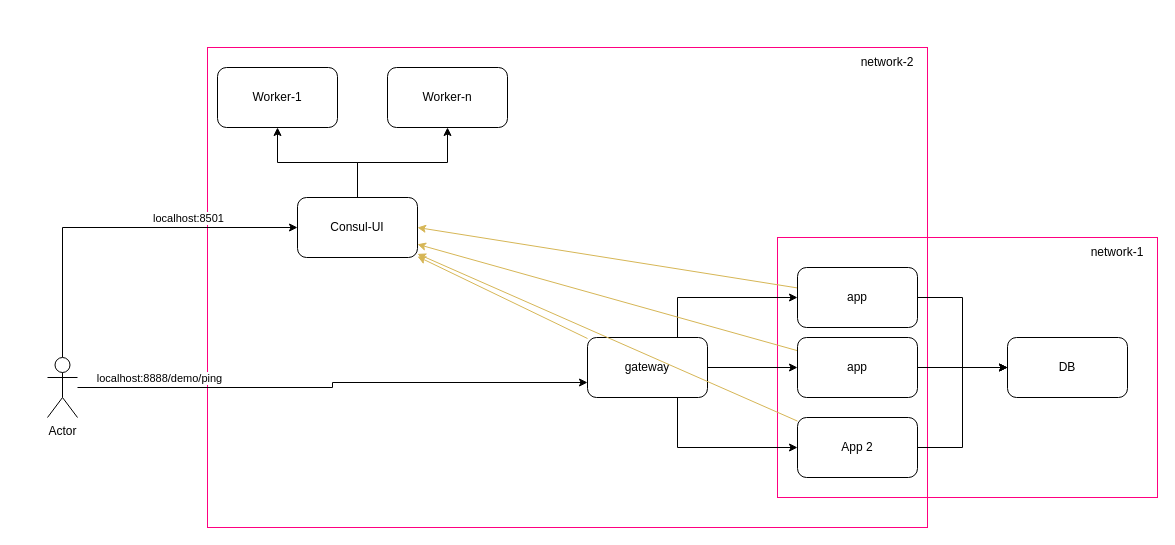
The draw.io diagram docs/architecture/architecture.drawio in kirillesau/architecture-showcase, before the edit. Source tidied: cells renumbered, new cells numbered last; positions are measured from the earlier drawing's top-left corner, leaving out a move shared by most shapes. Both pictures are drawn from the tidied source at 100%, with x=0, y=0 at pixel (47, 47).
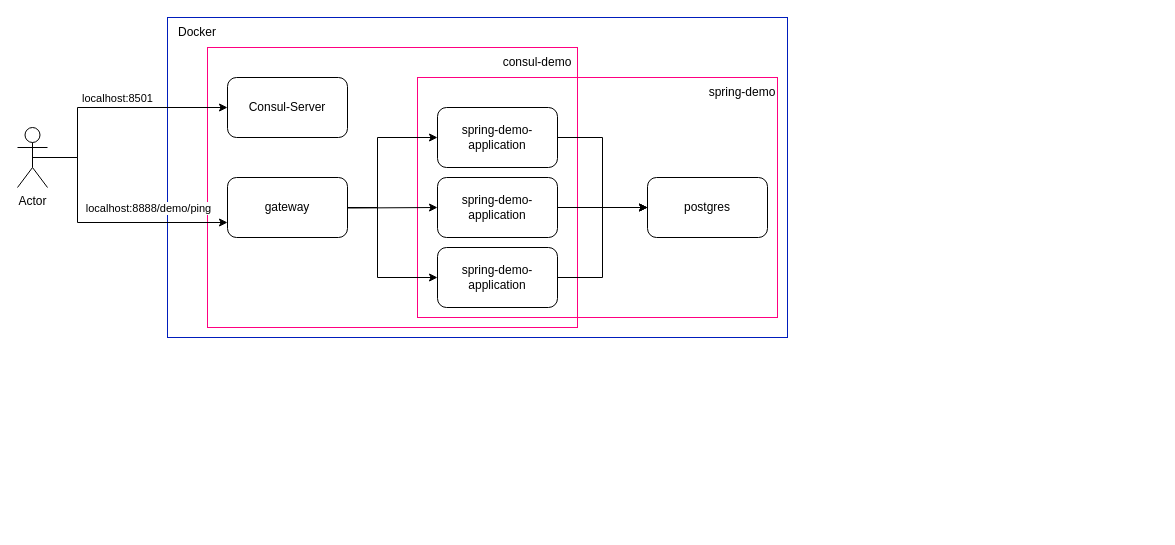
The same diagram, later.

The edit, as a diff of the source:
```diff
@@
+    <mxCell id="31" style="rounded=0;whiteSpace=wrap;html=1;fillColor=none;fontColor=#ffffff;strokeColor=#001DBC;" parent="1" vertex="1">
+      <mxGeometry x="120" y="-30" width="620" height="320" as="geometry" />
+    </mxCell>
     <mxCell id="2" style="rounded=0;whiteSpace=wrap;html=1;fillColor=none;strokeColor=#FF0080;" parent="1" vertex="1">
-      <mxGeometry x="730" y="190" width="380" height="260" as="geometry" />
+      <mxGeometry x="370" y="30" width="360" height="240" as="geometry" />
     </mxCell>
     <mxCell id="3" style="rounded=0;whiteSpace=wrap;html=1;fillColor=none;strokeColor=#FF0080;" parent="1" vertex="1">
-      <mxGeometry x="160" width="720" height="480" as="geometry" />
+      <mxGeometry x="160" width="370" height="280" as="geometry" />
     </mxCell>
-    <mxCell id="4" style="edgeStyle=orthogonalEdgeStyle;rounded=0;jettySize=auto;html=1;entryX=0;entryY=0.5;entryDx=0;entryDy=0;" parent="1" edge="1" source="8" target="11">
+    <mxCell id="4" style="edgeStyle=orthogonalEdgeStyle;rounded=0;jettySize=auto;html=1;entryX=0;entryY=0.5;entryDx=0;entryDy=0;" parent="1" edge="1" target="11">
       <mxGeometry relative="1" as="geometry">
+        <mxPoint x="220" y="160" as="sourcePoint" />
         <Array as="points">
-          <mxPoint x="630" y="250" />
+          <mxPoint x="330" y="160" />
+          <mxPoint x="330" y="90" />
         </Array>
       </mxGeometry>
     </mxCell>
-    <mxCell id="5" style="edgeStyle=orthogonalEdgeStyle;rounded=0;jettySize=auto;html=1;" parent="1" edge="1" source="8" target="14">
-      <mxGeometry relative="1" as="geometry" />
+    <mxCell id="5" style="edgeStyle=orthogonalEdgeStyle;rounded=0;jettySize=auto;html=1;" parent="1" edge="1" target="14">
+      <mxGeometry relative="1" as="geometry">
+        <mxPoint x="220" y="160" as="sourcePoint" />
+      </mxGeometry>
     </mxCell>
-    <mxCell id="6" style="edgeStyle=orthogonalEdgeStyle;rounded=0;jettySize=auto;html=1;" parent="1" edge="1" source="8" target="17">
+    <mxCell id="6" style="edgeStyle=orthogonalEdgeStyle;rounded=0;jettySize=auto;html=1;" parent="1" edge="1" target="17">
       <mxGeometry relative="1" as="geometry">
+        <mxPoint x="220" y="160" as="sourcePoint" />
         <Array as="points">
-          <mxPoint x="630" y="400" />
+          <mxPoint x="330" y="160" />
+          <mxPoint x="330" y="230" />
         </Array>
       </mxGeometry>
     </mxCell>
-    <mxCell id="7" style="rounded=0;jettySize=auto;html=1;fillColor=#fff2cc;strokeColor=#d6b656;" parent="1" edge="1" source="8" target="20">
-      <mxGeometry relative="1" as="geometry" />
-    </mxCell>
     <mxCell id="8" value="gateway" style="rounded=1;whiteSpace=wrap;html=1;" parent="1" vertex="1">
-      <mxGeometry x="540" y="290" width="120" height="60" as="geometry" />
+      <mxGeometry x="180" y="130" width="120" height="60" as="geometry" />
     </mxCell>
@@
-    <mxCell id="10" style="rounded=0;jettySize=auto;html=1;entryX=1;entryY=0.5;entryDx=0;entryDy=0;fillColor=#fff2cc;strokeColor=#d6b656;" parent="1" edge="1" source="11" target="20">
-      <mxGeometry relative="1" as="geometry" />
-    </mxCell>
-    <mxCell id="11" value="app" style="rounded=1;whiteSpace=wrap;html=1;" parent="1" vertex="1">
-      <mxGeometry x="750" y="220" width="120" height="60" as="geometry" />
+    <mxCell id="11" value="spring-demo-application" style="rounded=1;whiteSpace=wrap;html=1;" parent="1" vertex="1">
+      <mxGeometry x="390" y="60" width="120" height="60" as="geometry" />
     </mxCell>
@@
-    <mxCell id="13" style="rounded=0;jettySize=auto;html=1;fillColor=#fff2cc;strokeColor=#d6b656;" parent="1" edge="1" source="14" target="20">
-      <mxGeometry relative="1" as="geometry" />
-    </mxCell>
-    <mxCell id="14" value="app" style="rounded=1;whiteSpace=wrap;html=1;" parent="1" vertex="1">
-      <mxGeometry x="750" y="290" width="120" height="60" as="geometry" />
+    <mxCell id="14" value="spring-demo-application" style="rounded=1;whiteSpace=wrap;html=1;" parent="1" vertex="1">
+      <mxGeometry x="390" y="130" width="120" height="60" as="geometry" />
     </mxCell>
@@
-    <mxCell id="16" style="rounded=0;jettySize=auto;html=1;fillColor=#fff2cc;strokeColor=#d6b656;" parent="1" edge="1" source="17" target="20">
-      <mxGeometry relative="1" as="geometry" />
-    </mxCell>
-    <mxCell id="17" value="App 2" style="rounded=1;whiteSpace=wrap;html=1;" parent="1" vertex="1">
-      <mxGeometry x="750" y="370" width="120" height="60" as="geometry" />
+    <mxCell id="17" value="spring-demo-application" style="rounded=1;whiteSpace=wrap;html=1;" parent="1" vertex="1">
+      <mxGeometry x="390" y="200" width="120" height="60" as="geometry" />
     </mxCell>
-    <mxCell id="18" style="edgeStyle=orthogonalEdgeStyle;rounded=0;jettySize=auto;html=1;" parent="1" edge="1" source="20" target="21">
-      <mxGeometry relative="1" as="geometry" />
-    </mxCell>
-    <mxCell id="19" style="edgeStyle=orthogonalEdgeStyle;rounded=0;jettySize=auto;html=1;" parent="1" edge="1" source="20" target="22">
-      <mxGeometry relative="1" as="geometry" />
-    </mxCell>
-    <mxCell id="20" value="Consul-UI" style="rounded=1;whiteSpace=wrap;html=1;" parent="1" vertex="1">
-      <mxGeometry x="250" y="150" width="120" height="60" as="geometry" />
+    <mxCell id="20" value="Consul-Server" style="rounded=1;whiteSpace=wrap;html=1;" parent="1" vertex="1">
+      <mxGeometry x="180" y="30" width="120" height="60" as="geometry" />
     </mxCell>
-    <mxCell id="21" value="Worker-1" style="rounded=1;whiteSpace=wrap;html=1;" parent="1" vertex="1">
-      <mxGeometry x="170" y="20" width="120" height="60" as="geometry" />
-    </mxCell>
-    <mxCell id="22" value="Worker-n" style="rounded=1;whiteSpace=wrap;html=1;" parent="1" vertex="1">
-      <mxGeometry x="340" y="20" width="120" height="60" as="geometry" />
-    </mxCell>
     <mxCell id="23" style="edgeStyle=orthogonalEdgeStyle;rounded=0;jettySize=auto;html=1;entryX=0;entryY=0.75;entryDx=0;entryDy=0;" parent="1" edge="1" source="27" target="8">
-      <mxGeometry relative="1" as="geometry" />
+      <mxGeometry relative="1" as="geometry">
+        <Array as="points">
+          <mxPoint x="30" y="110" />
+          <mxPoint x="30" y="175" />
+        </Array>
+      </mxGeometry>
     </mxCell>
     <mxCell id="24" value="localhost:8888/demo/ping" style="edgeLabel;html=1;align=center;verticalAlign=middle;" parent="23" vertex="1">
       <mxGeometry x="-0.75" y="3" relative="1" as="geometry">
-        <mxPoint x="17" y="-7" as="offset" />
+        <mxPoint x="67" y="49" as="offset" />
       </mxGeometry>
     </mxCell>
-    <mxCell id="25" style="edgeStyle=orthogonalEdgeStyle;rounded=0;jettySize=auto;html=1;entryX=0;entryY=0.5;entryDx=0;entryDy=0;exitX=0.5;exitY=0;exitDx=0;exitDy=0;exitPerimeter=0;" parent="1" edge="1" source="27" target="20">
+    <mxCell id="25" style="edgeStyle=orthogonalEdgeStyle;rounded=0;jettySize=auto;html=1;entryX=0;entryY=0.5;entryDx=0;entryDy=0;exitX=0.5;exitY=0.5;exitDx=0;exitDy=0;exitPerimeter=0;" parent="1" edge="1" source="27" target="20">
       <mxGeometry relative="1" as="geometry">
         <Array as="points">
-          <mxPoint x="15" y="180" />
+          <mxPoint x="30" y="110" />
+          <mxPoint x="30" y="60" />
         </Array>
       </mxGeometry>
     </mxCell>
     <mxCell id="26" value="localhost:8501" style="edgeLabel;html=1;align=center;verticalAlign=middle;" parent="25" vertex="1">
       <mxGeometry x="0.31" y="-2" relative="1" as="geometry">
-        <mxPoint x="16" y="-12" as="offset" />
+        <mxPoint x="-26" y="-12" as="offset" />
       </mxGeometry>
     </mxCell>
     <mxCell id="27" value="Actor" style="shape=umlActor;verticalLabelPosition=bottom;verticalAlign=top;html=1;outlineConnect=0;" parent="1" vertex="1">
-      <mxGeometry y="310" width="30" height="60" as="geometry" />
+      <mxGeometry x="-30" y="80" width="30" height="60" as="geometry" />
     </mxCell>
-    <mxCell id="28" value="DB" style="rounded=1;whiteSpace=wrap;html=1;" parent="1" vertex="1">
-      <mxGeometry x="960" y="290" width="120" height="60" as="geometry" />
+    <mxCell id="28" value="postgres" style="rounded=1;whiteSpace=wrap;html=1;" parent="1" vertex="1">
+      <mxGeometry x="600" y="130" width="120" height="60" as="geometry" />
     </mxCell>
-    <mxCell id="29" value="network-1" style="text;html=1;strokeColor=none;fillColor=none;align=center;verticalAlign=middle;whiteSpace=wrap;rounded=0;" parent="1" vertex="1">
-      <mxGeometry x="1040" y="190" width="60" height="30" as="geometry" />
+    <mxCell id="29" value="spring-demo" style="text;html=1;strokeColor=none;fillColor=none;align=center;verticalAlign=middle;whiteSpace=wrap;rounded=0;" parent="1" vertex="1">
+      <mxGeometry x="660" y="30" width="70" height="30" as="geometry" />
     </mxCell>
-    <mxCell id="30" value="network-2" style="text;html=1;strokeColor=none;fillColor=none;align=center;verticalAlign=middle;whiteSpace=wrap;rounded=0;" parent="1" vertex="1">
-      <mxGeometry x="810" width="60" height="30" as="geometry" />
+    <mxCell id="30" value="consul-demo" style="text;html=1;strokeColor=none;fillColor=none;align=center;verticalAlign=middle;whiteSpace=wrap;rounded=0;" parent="1" vertex="1">
+      <mxGeometry x="450" width="80" height="30" as="geometry" />
     </mxCell>
+    <mxCell id="32" value="Docker" style="text;html=1;strokeColor=none;fillColor=none;align=center;verticalAlign=middle;whiteSpace=wrap;rounded=0;" parent="1" vertex="1">
+      <mxGeometry x="120" y="-30" width="60" height="30" as="geometry" />
+    </mxCell>
```
